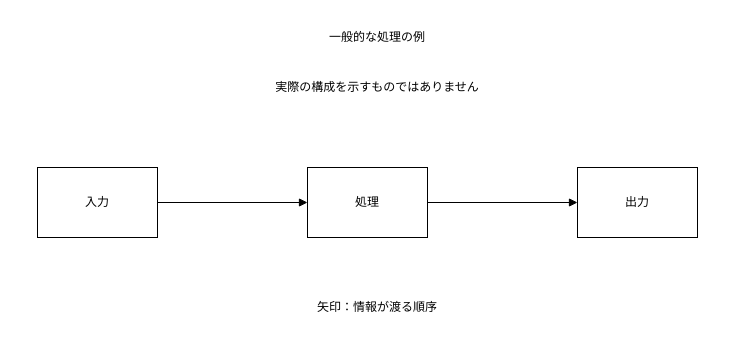
The draw.io diagram skills/drawio-diagrams/assets/basic-flow.drawio in taro-asanisimasa/technical-kit, before the edit. Source tidied: cells renumbered, new cells numbered last; positions are measured from the earlier drawing's top-left corner, leaving out a move shared by most shapes. Both pictures are drawn from the tidied source at 100%, with x=0, y=0 at pixel (17, 17).
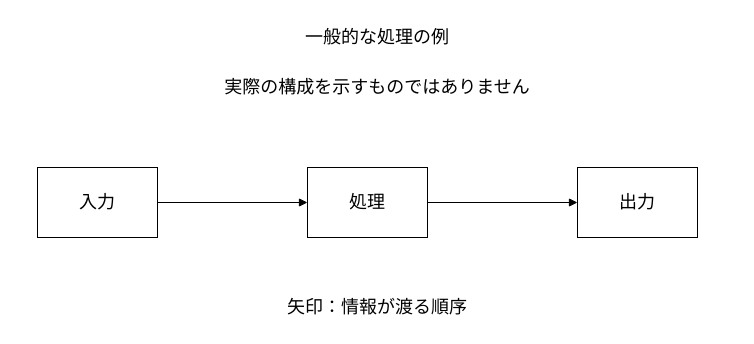
The same diagram, later.

What changed in the source:
```diff
@@
 <mxGraphModel>
   <root>
     <mxCell id="0" />
     <mxCell id="1" parent="0" />
-    <mxCell id="2" value="一般的な処理の例" style="text;align=center;verticalAlign=middle;whiteSpace=wrap;" parent="1" vertex="1">
+    <mxCell id="2" value="一般的な処理の例" style="text;align=center;verticalAlign=middle;whiteSpace=wrap;fontSize=18;fontFamily=sans-serif;html=0;" parent="1" vertex="1">
       <mxGeometry width="720" height="40" as="geometry" />
     </mxCell>
-    <mxCell id="3" value="実際の構成を示すものではありません" style="text;align=center;verticalAlign=middle;whiteSpace=wrap;" parent="1" vertex="1">
+    <mxCell id="3" value="実際の構成を示すものではありません" style="text;align=center;verticalAlign=middle;whiteSpace=wrap;fontSize=18;fontFamily=sans-serif;html=0;" parent="1" vertex="1">
       <mxGeometry y="50" width="720" height="40" as="geometry" />
     </mxCell>
-    <mxCell id="4" value="入力" style="rounded=0;whiteSpace=wrap;align=center;verticalAlign=middle;" parent="1" vertex="1">
+    <mxCell id="4" value="入力" style="rounded=0;whiteSpace=wrap;align=center;verticalAlign=middle;fontSize=18;fontFamily=sans-serif;html=0;" parent="1" vertex="1">
       <mxGeometry x="20" y="150" width="120" height="70" as="geometry" />
     </mxCell>
-    <mxCell id="5" value="処理" style="rounded=0;whiteSpace=wrap;align=center;verticalAlign=middle;" parent="1" vertex="1">
+    <mxCell id="5" value="処理" style="rounded=0;whiteSpace=wrap;align=center;verticalAlign=middle;fontSize=18;fontFamily=sans-serif;html=0;" parent="1" vertex="1">
       <mxGeometry x="290" y="150" width="120" height="70" as="geometry" />
     </mxCell>
-    <mxCell id="6" value="出力" style="rounded=0;whiteSpace=wrap;align=center;verticalAlign=middle;" parent="1" vertex="1">
+    <mxCell id="6" value="出力" style="rounded=0;whiteSpace=wrap;align=center;verticalAlign=middle;fontSize=18;fontFamily=sans-serif;html=0;" parent="1" vertex="1">
       <mxGeometry x="560" y="150" width="120" height="70" as="geometry" />
     </mxCell>
-    <mxCell id="7" style="endArrow=block;endFill=1;" parent="1" edge="1" source="4" target="5">
+    <mxCell id="7" style="endArrow=block;endFill=1;fontSize=18;fontFamily=sans-serif;html=0;" parent="1" edge="1" source="4" target="5">
       <mxGeometry relative="1" as="geometry" />
     </mxCell>
-    <mxCell id="8" style="endArrow=block;endFill=1;" parent="1" edge="1" source="5" target="6">
+    <mxCell id="8" style="endArrow=block;endFill=1;fontSize=18;fontFamily=sans-serif;html=0;" parent="1" edge="1" source="5" target="6">
       <mxGeometry relative="1" as="geometry" />
     </mxCell>
-    <mxCell id="9" value="矢印：情報が渡る順序" style="text;align=center;verticalAlign=middle;whiteSpace=wrap;" parent="1" vertex="1">
+    <mxCell id="9" value="矢印：情報が渡る順序" style="text;align=center;verticalAlign=middle;whiteSpace=wrap;fontSize=18;fontFamily=sans-serif;html=0;" parent="1" vertex="1">
       <mxGeometry y="270" width="720" height="40" as="geometry" />
     </mxCell>
   </root>
 </mxGraphModel>
```
